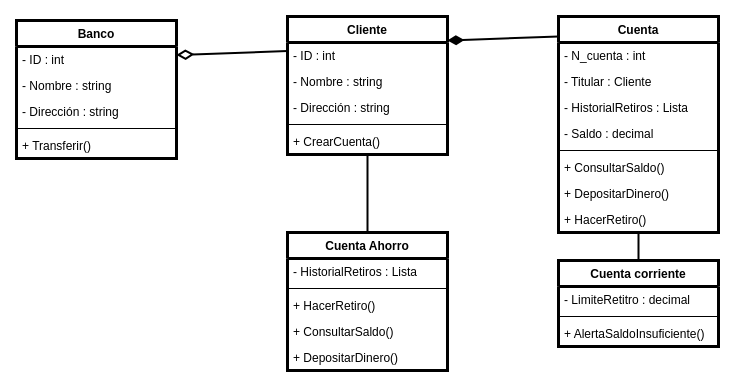
Oscar-UCT/Ejercicos_Modelado keeps this draw.io diagram as Ejercicios_Modelado/Taller3.drawio. Above is the earlier version. Source tidied: cells renumbered, new cells numbered last; positions are measured from the earlier drawing's top-left corner, leaving out a move shared by most shapes. Both pictures are drawn from the tidied source at 100%, with x=0, y=0 at pixel (16, 16).
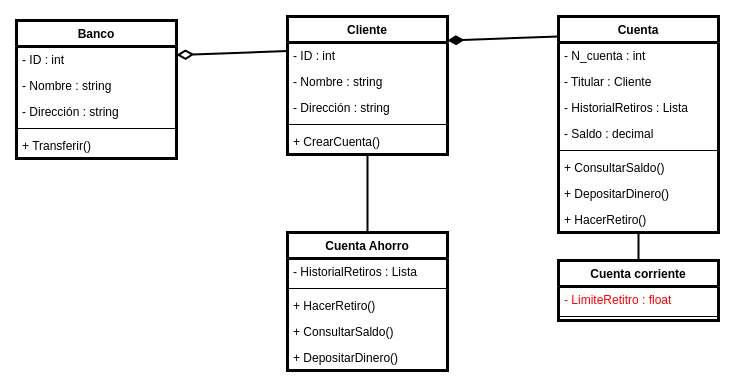
The same page after the edit.

Commit message (it also covers changes not shown here):
Arreglo de errores

What changed in the source:
```diff
@@
     <mxCell id="29" value="Cuenta corriente" style="swimlane;fontStyle=1;align=center;verticalAlign=top;horizontal=1;startSize=26;strokeWidth=3;" parent="1" vertex="1">
-      <mxGeometry x="542" y="244" width="160" height="86" as="geometry" />
+      <mxGeometry x="542" y="244" width="160" height="60" as="geometry" />
     </mxCell>
-    <mxCell id="30" value="- LimiteRetitro : decimal" style="text;strokeColor=none;fillColor=none;align=left;verticalAlign=top;spacingLeft=4;spacingRight=4;overflow=hidden;strokeWidth=3;" parent="29" vertex="1">
+    <mxCell id="30" value="- LimiteRetitro : float" style="text;strokeColor=none;fillColor=none;align=left;verticalAlign=top;spacingLeft=4;spacingRight=4;overflow=hidden;strokeWidth=3;fontColor=#FF0000;" parent="29" vertex="1">
       <mxGeometry y="26" width="160" height="26" as="geometry" />
     </mxCell>
@@
-    <mxCell id="32" value="+ AlertaSaldoInsuficiente()" style="text;strokeColor=none;fillColor=none;align=left;verticalAlign=top;spacingLeft=4;spacingRight=4;overflow=hidden;strokeWidth=3;" parent="29" vertex="1">
-      <mxGeometry y="60" width="160" height="26" as="geometry" />
-    </mxCell>
```
